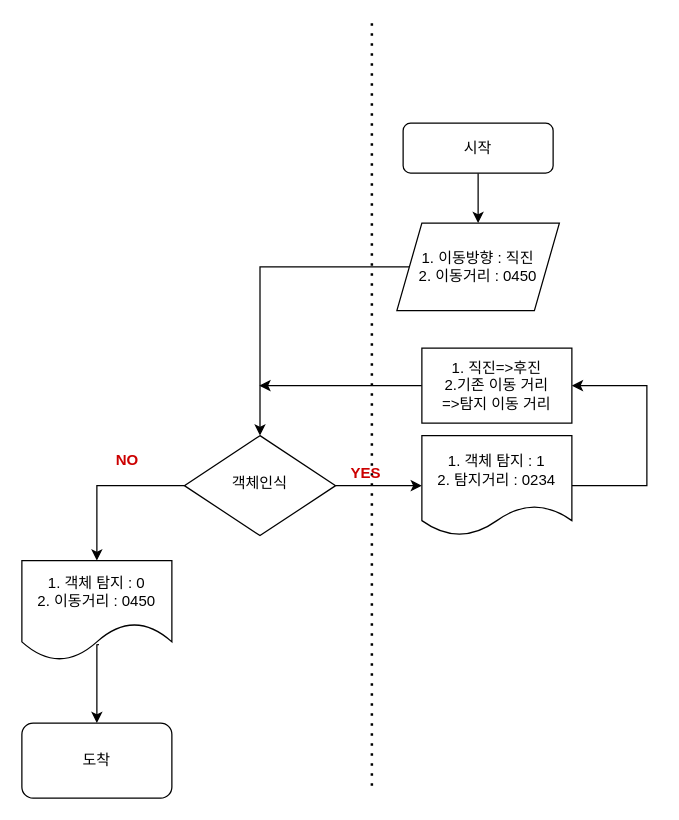
tubtrbE/stm32_RTOS keeps this draw.io diagram as 제목 없는 다이어그램.drawio. Above is the earlier version. Source tidied: cells renumbered, new cells numbered last; positions are measured from the earlier drawing's top-left corner, leaving out a move shared by most shapes. Both pictures are drawn from the tidied source at 125%, with x=0, y=0 at pixel (21, 22).
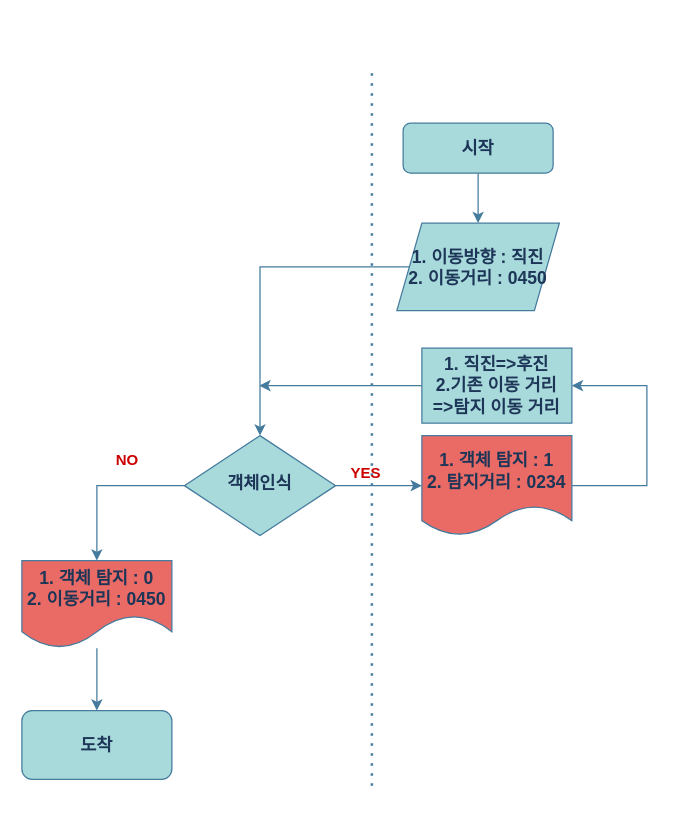
Above is the later version.

Commit message:
객체탐지EVENT.drawio 업데이트

Diff of the diagram source:
```diff
@@
-    <mxCell id="2" style="edgeStyle=orthogonalEdgeStyle;rounded=0;jettySize=auto;html=1;exitX=0.5;exitY=1;exitDx=0;exitDy=0;entryX=0.5;entryY=0;entryDx=0;entryDy=0;" parent="1" edge="1" source="3" target="8">
+    <mxCell id="2" style="edgeStyle=orthogonalEdgeStyle;rounded=0;jettySize=auto;html=1;exitX=0.5;exitY=1;exitDx=0;exitDy=0;entryX=0.5;entryY=0;entryDx=0;entryDy=0;strokeColor=#457B9D;fontColor=#1D3557;labelBackgroundColor=#F1FAEE;" parent="1" edge="1" source="3" target="8">
       <mxGeometry relative="1" as="geometry" />
     </mxCell>
-    <mxCell id="3" value="시작" style="rounded=1;whiteSpace=wrap;html=1;fontSize=12;glass=0;strokeWidth=1;shadow=0;" parent="1" vertex="1">
+    <mxCell id="3" value="시작" style="rounded=1;whiteSpace=wrap;html=1;fontSize=14;glass=0;strokeWidth=1;shadow=0;fillColor=#A8DADC;strokeColor=#457B9D;fontColor=#1D3557;fontStyle=1;labelBorderColor=none;" parent="1" vertex="1">
       <mxGeometry x="305" y="80" width="120" height="40" as="geometry" />
     </mxCell>
-    <mxCell id="4" style="edgeStyle=orthogonalEdgeStyle;rounded=0;jettySize=auto;html=1;" parent="1" edge="1" source="6">
+    <mxCell id="4" style="edgeStyle=orthogonalEdgeStyle;rounded=0;jettySize=auto;html=1;strokeColor=#457B9D;fontColor=#1D3557;labelBackgroundColor=#F1FAEE;" parent="1" edge="1" source="6">
       <mxGeometry relative="1" as="geometry">
         <mxPoint x="60" y="430" as="targetPoint" />
         <Array as="points">
           <mxPoint x="60" y="370" />
           <mxPoint x="60" y="430" />
         </Array>
       </mxGeometry>
     </mxCell>
-    <mxCell id="5" style="edgeStyle=orthogonalEdgeStyle;rounded=0;jettySize=auto;html=1;entryX=0;entryY=0.5;entryDx=0;entryDy=0;" parent="1" edge="1" source="6" target="10">
+    <mxCell id="5" style="edgeStyle=orthogonalEdgeStyle;rounded=0;jettySize=auto;html=1;entryX=0;entryY=0.5;entryDx=0;entryDy=0;strokeColor=#457B9D;fontColor=#1D3557;labelBackgroundColor=#F1FAEE;" parent="1" edge="1" source="6" target="10">
       <mxGeometry relative="1" as="geometry" />
     </mxCell>
-    <mxCell id="6" value="객체인식" style="rhombus;whiteSpace=wrap;html=1;shadow=0;fontFamily=Helvetica;fontSize=12;align=center;strokeWidth=1;spacing=6;spacingTop=-4;" parent="1" vertex="1">
+    <mxCell id="6" value="객체인식" style="rhombus;whiteSpace=wrap;html=1;shadow=0;fontFamily=Helvetica;fontSize=14;align=center;strokeWidth=1;spacing=6;spacingTop=-4;fillColor=#A8DADC;strokeColor=#457B9D;fontColor=#1D3557;fontStyle=1;" parent="1" vertex="1">
       <mxGeometry x="130" y="330" width="121" height="80" as="geometry" />
     </mxCell>
-    <mxCell id="7" style="edgeStyle=orthogonalEdgeStyle;rounded=0;jettySize=auto;html=1;entryX=0.5;entryY=0;entryDx=0;entryDy=0;" parent="1" edge="1" source="8" target="6">
+    <mxCell id="7" style="edgeStyle=orthogonalEdgeStyle;rounded=0;jettySize=auto;html=1;entryX=0.5;entryY=0;entryDx=0;entryDy=0;strokeColor=#457B9D;fontColor=#1D3557;labelBackgroundColor=#F1FAEE;" parent="1" edge="1" source="8" target="6">
       <mxGeometry relative="1" as="geometry" />
     </mxCell>
-    <mxCell id="8" value="1. 이동방향 : 직진&lt;br&gt;2. 이동거리 : 0450" style="shape=parallelogram;perimeter=parallelogramPerimeter;whiteSpace=wrap;html=1;fixedSize=1;" parent="1" vertex="1">
+    <mxCell id="8" value="1. 이동방향 : 직진&lt;br style=&quot;font-size: 14px;&quot;&gt;2. 이동거리 : 0450" style="shape=parallelogram;perimeter=parallelogramPerimeter;whiteSpace=wrap;html=1;fixedSize=1;fillColor=#A8DADC;strokeColor=#457B9D;fontColor=#1D3557;fontSize=14;fontStyle=1;" parent="1" vertex="1">
       <mxGeometry x="300" y="160" width="130" height="70" as="geometry" />
     </mxCell>
-    <mxCell id="9" style="edgeStyle=orthogonalEdgeStyle;rounded=0;jettySize=auto;html=1;entryX=1;entryY=0.5;entryDx=0;entryDy=0;" parent="1" edge="1" source="10" target="14">
+    <mxCell id="9" style="edgeStyle=orthogonalEdgeStyle;rounded=0;jettySize=auto;html=1;entryX=1;entryY=0.5;entryDx=0;entryDy=0;strokeColor=#457B9D;fontColor=#1D3557;labelBackgroundColor=#F1FAEE;" parent="1" edge="1" source="10" target="14">
       <mxGeometry relative="1" as="geometry">
         <Array as="points">
           <mxPoint x="500" y="370" />
           <mxPoint x="500" y="290" />
         </Array>
       </mxGeometry>
     </mxCell>
-    <mxCell id="10" value="1. 객체 탐지 : 1&lt;br&gt;2. 탐지거리 : 0234" style="shape=document;whiteSpace=wrap;html=1;boundedLbl=1;" parent="1" vertex="1">
+    <mxCell id="10" value="1. 객체 탐지 : 1&lt;br style=&quot;font-size: 14px;&quot;&gt;2. 탐지거리 : 0234" style="shape=document;whiteSpace=wrap;html=1;boundedLbl=1;fillColor=#EA6B66;strokeColor=#457B9D;fontColor=#1D3557;fontSize=14;fontStyle=1;" parent="1" vertex="1">
       <mxGeometry x="320" y="330" width="120" height="80" as="geometry" />
     </mxCell>
-    <mxCell id="11" style="edgeStyle=orthogonalEdgeStyle;rounded=0;jettySize=auto;html=1;entryX=0.5;entryY=0;entryDx=0;entryDy=0;exitX=0.514;exitY=0.841;exitDx=0;exitDy=0;exitPerimeter=0;" parent="1" edge="1" source="12" target="15">
-      <mxGeometry relative="1" as="geometry">
-        <Array as="points">
-          <mxPoint x="60" y="497" />
-        </Array>
-      </mxGeometry>
+    <mxCell id="11" style="edgeStyle=orthogonalEdgeStyle;rounded=0;jettySize=auto;html=1;entryX=0.5;entryY=0;entryDx=0;entryDy=0;fontColor=#1D3557;strokeColor=#457B9D;labelBackgroundColor=#F1FAEE;" parent="1" edge="1" source="12" target="15">
+      <mxGeometry relative="1" as="geometry" />
     </mxCell>
-    <mxCell id="12" value="1. 객체 탐지 : 0&lt;br&gt;2. 이동거리 : 0450" style="shape=document;whiteSpace=wrap;html=1;boundedLbl=1;size=0.375;" parent="1" vertex="1">
-      <mxGeometry y="430" width="120" height="80" as="geometry" />
+    <mxCell id="12" value="1. 객체 탐지 : 0&lt;br style=&quot;font-size: 14px;&quot;&gt;2. 이동거리 : 0450" style="shape=document;whiteSpace=wrap;html=1;boundedLbl=1;size=0.375;fillColor=#EA6B66;strokeColor=#457B9D;fontColor=#1D3557;fontSize=14;fontStyle=1;" parent="1" vertex="1">
+      <mxGeometry y="430" width="120" height="70" as="geometry" />
     </mxCell>
-    <mxCell id="13" style="edgeStyle=orthogonalEdgeStyle;rounded=0;jettySize=auto;html=1;exitX=0;exitY=0.5;exitDx=0;exitDy=0;" parent="1" edge="1" source="14">
+    <mxCell id="13" style="edgeStyle=orthogonalEdgeStyle;rounded=0;jettySize=auto;html=1;exitX=0;exitY=0.5;exitDx=0;exitDy=0;strokeColor=#457B9D;fontColor=#1D3557;labelBackgroundColor=#F1FAEE;" parent="1" edge="1" source="14">
       <mxGeometry relative="1" as="geometry">
         <mxPoint x="190" y="290" as="targetPoint" />
       </mxGeometry>
     </mxCell>
-    <mxCell id="14" value="1. 직진=&amp;gt;후진&lt;br&gt;2.기존 이동 거리&lt;br&gt;=&amp;gt;탐지 이동 거리" style="rounded=0;whiteSpace=wrap;html=1;" parent="1" vertex="1">
+    <mxCell id="14" value="1. 직진=&amp;gt;후진&lt;br style=&quot;font-size: 14px;&quot;&gt;2.기존 이동 거리&lt;br style=&quot;font-size: 14px;&quot;&gt;=&amp;gt;탐지 이동 거리" style="rounded=0;whiteSpace=wrap;html=1;fillColor=#A8DADC;strokeColor=#457B9D;fontColor=#1D3557;fontSize=14;fontStyle=1;" parent="1" vertex="1">
       <mxGeometry x="320" y="260" width="120" height="60" as="geometry" />
     </mxCell>
-    <mxCell id="15" value="도착" style="rounded=1;whiteSpace=wrap;html=1;" parent="1" vertex="1">
-      <mxGeometry y="560" width="120" height="60" as="geometry" />
+    <mxCell id="15" value="도착" style="rounded=1;whiteSpace=wrap;html=1;fillColor=#A8DADC;strokeColor=#457B9D;fontColor=#1D3557;fontSize=14;fontStyle=1;" parent="1" vertex="1">
+      <mxGeometry y="550" width="120" height="55" as="geometry" />
     </mxCell>
-    <mxCell id="16" style="endArrow=none;dashed=1;html=1;dashPattern=1 3;strokeWidth=2;rounded=0;" parent="1" edge="1">
+    <mxCell id="16" style="endArrow=none;dashed=1;html=1;dashPattern=1 3;strokeWidth=2;rounded=0;strokeColor=#457B9D;fontColor=#1D3557;labelBackgroundColor=#F1FAEE;" parent="1" edge="1">
       <mxGeometry relative="1" as="geometry">
         <mxPoint x="280" y="610" as="sourcePoint" />
-        <mxPoint x="280" as="targetPoint" />
+        <mxPoint x="280" y="40" as="targetPoint" />
       </mxGeometry>
     </mxCell>
-    <mxCell id="17" value="&lt;b&gt;&lt;font color=&quot;#cc0000&quot;&gt;YES&lt;/font&gt;&lt;/b&gt;" style="text;html=1;strokeColor=none;fillColor=none;align=center;verticalAlign=middle;whiteSpace=wrap;rounded=0;" parent="1" vertex="1">
+    <mxCell id="17" value="&lt;b&gt;&lt;font color=&quot;#cc0000&quot;&gt;YES&lt;/font&gt;&lt;/b&gt;" style="text;html=1;strokeColor=none;fillColor=none;align=center;verticalAlign=middle;whiteSpace=wrap;rounded=0;fontColor=#1D3557;" parent="1" vertex="1">
       <mxGeometry x="251" y="350" width="49" height="20" as="geometry" />
     </mxCell>
-    <mxCell id="18" value="&lt;b&gt;&lt;font color=&quot;#cc0000&quot;&gt;NO&lt;/font&gt;&lt;/b&gt;" style="text;html=1;strokeColor=none;fillColor=none;align=center;verticalAlign=middle;whiteSpace=wrap;rounded=0;" parent="1" vertex="1">
+    <mxCell id="18" value="&lt;b&gt;&lt;font color=&quot;#cc0000&quot;&gt;NO&lt;/font&gt;&lt;/b&gt;" style="text;html=1;strokeColor=none;fillColor=none;align=center;verticalAlign=middle;whiteSpace=wrap;rounded=0;fontColor=#1D3557;" parent="1" vertex="1">
       <mxGeometry x="60" y="340" width="49" height="20" as="geometry" />
     </mxCell>
```
